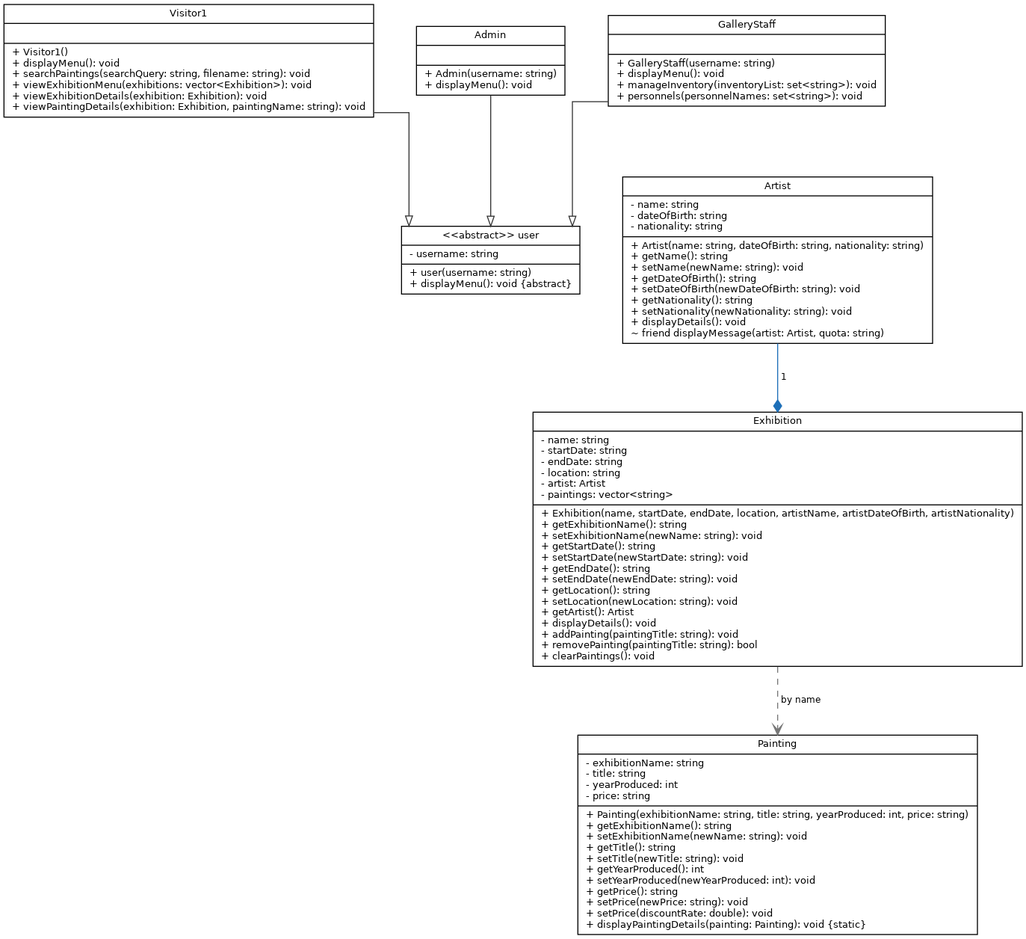
Before: ArtGalleryManagement.updatedagain/ArtGalleryManagement/diagram.png, a diagram exported from PlantUML (beyyzayyavuz/Art-Gallery-Management-System). Its source is kept beside it as ArtGalleryManagement.updatedagain/ArtGalleryManagement/diagram.puml. Source of this version:
```plantuml
@startuml

abstract class user {
  - username : string
  + user(username : string)
  + {abstract} displayMenu() : void
}

class Visitor1 {
  + Visitor1()
  + displayMenu() : void
  + searchPaintings(searchQuery : string, filename : string) : void
  + viewExhibitionMenu(exhibitions : vector<Exhibition>) : void
  + viewExhibitionDetails(exhibition : Exhibition) : void
  + viewPaintingDetails(exhibition : Exhibition, paintingName : string) : void
}

class Admin {
  + Admin(username : string)
  + displayMenu() : void
}

class GalleryStaff {
  + GalleryStaff(username : string)
  + displayMenu() : void
  + manageInventory(inventoryList : set<string>) : void
  + personnels(personnelNames : set<string>) : void
}

class Artist {
  - name : string
  - dateOfBirth : string
  - nationality : string
  + Artist(name : string, dateOfBirth : string, nationality : string)
  + getName() : string
  + setName(newName : string) : void
  + getDateOfBirth() : string
  + setDateOfBirth(newDateOfBirth : string) : void
  + getNationality() : string
  + setNationality(newNationality : string) : void
  + displayDetails() : void
  ~ friend displayMessage(artist : Artist, quota : string)
}

class Exhibition {
  - name : string
  - startDate : string
  - endDate : string
  - location : string
  - artist : Artist
  - paintings : vector<string>
  + Exhibition(name, startDate, endDate, location, artistName, artistDateOfBirth, artistNationality)
  + getExhibitionName() : string
  + setExhibitionName(newName : string) : void
  + getStartDate() : string
  + setStartDate(newStartDate : string) : void
  + getEndDate() : string
  + setEndDate(newEndDate : string) : void
  + getLocation() : string
  + setLocation(newLocation : string) : void
  + getArtist() : Artist
  + displayDetails() : void
  + addPainting(paintingTitle : string) : void
  + removePainting(paintingTitle : string) : bool
  + clearPaintings() : void
}

class Painting {
  - exhibitionName : string
  - title : string
  - yearProduced : int
  - price : string
  + Painting(exhibitionName : string, title : string, yearProduced : int, price : string)
  + getExhibitionName() : string
  + setExhibitionName(newName : string) : void
  + getTitle() : string
  + setTitle(newTitle : string) : void
  + getYearProduced() : int
  + setYearProduced(newYearProduced : int) : void
  + getPrice() : string
  + setPrice(newPrice : string) : void
  + setPrice(discountRate : double) : void
  + {static} displayPaintingDetails(painting : Painting) : void
}

user <|-- Visitor1
user <|-- Admin
user <|-- GalleryStaff

Exhibition *-- "1" Artist

Exhibition ..> Painting : by name
@enduml
```
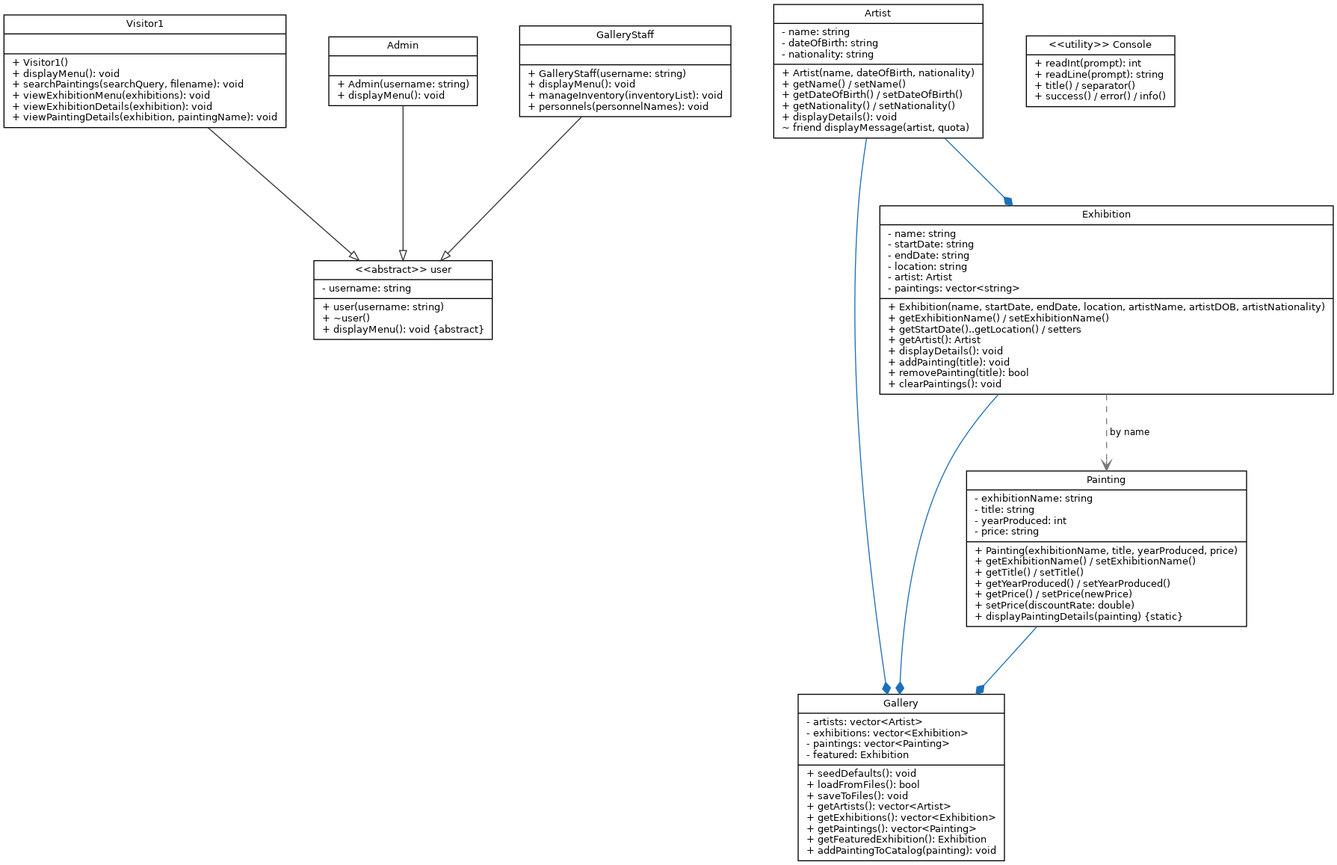
After the change.

The edit, as a diff of the source:
```diff
@@ -3,7 +3,30 @@
 abstract class user {
   - username : string
   + user(username : string)
+  + ~user()
   + {abstract} displayMenu() : void
+}
+
+class Gallery {
+  - artists : vector<Artist>
+  - exhibitions : vector<Exhibition>
+  - paintings : vector<Painting>
+  - featured : Exhibition
+  + seedDefaults() : void
+  + loadFromFiles() : bool
+  + saveToFiles() : void
+  + getArtists() : vector<Artist>
+  + getExhibitions() : vector<Exhibition>
+  + getPaintings() : vector<Painting>
+  + getFeaturedExhibition() : Exhibition
+  + addPaintingToCatalog(painting : Painting) : void
+}
+
+class Console <<utility>> {
+  + readInt(prompt : string) : int
+  + readLine(prompt : string) : string
+  + title() / separator()
+  + success() / error() / info()
 }
 
 class Visitor1 {
@@ -90,4 +113,8 @@
 Exhibition *-- "1" Artist
 
 Exhibition ..> Painting : by name
+
+Gallery *-- "*" Artist
+Gallery *-- "*" Exhibition
+Gallery *-- "*" Painting
 @enduml
```
